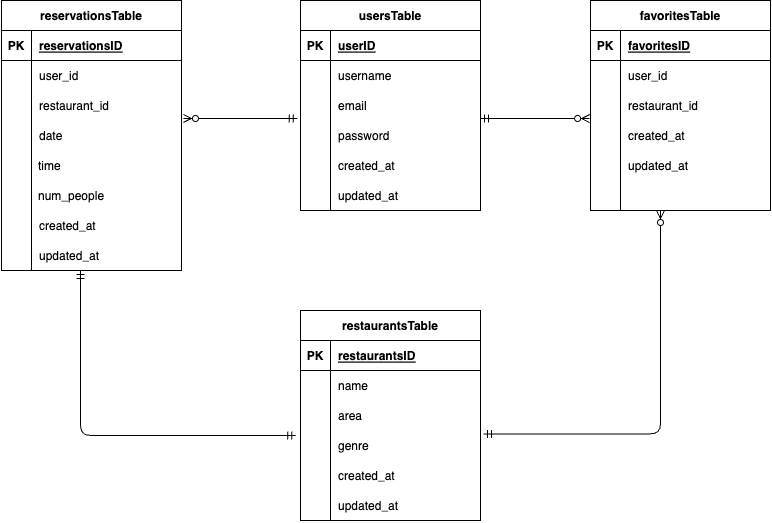
Before: rese.drawio.png, a diagram exported from draw.io (yasuyo-okamoto/202405_rese). Source tidied: cells renumbered, new cells last; positions are measured from the earlier drawing's top-left corner, leaving out a move shared by most shapes.
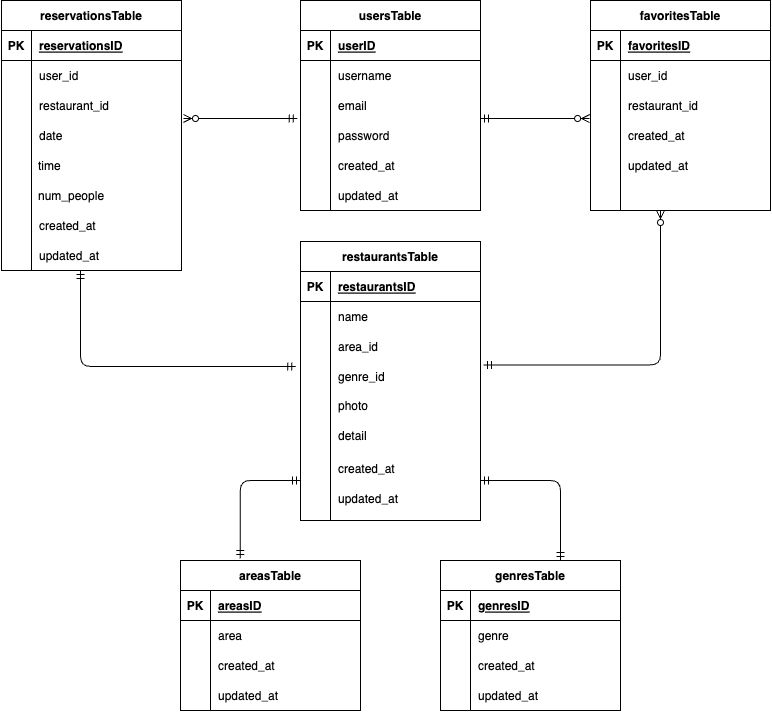
Above is the later version.

What changed in the source:
```diff
@@ -54,7 +54,7 @@
       </mxGeometry>
     </mxCell>
     <mxCell id="18" value="restaurantsTable" style="shape=table;startSize=30;rowLines=0;fontStyle=1;align=center;" parent="1" vertex="1">
-      <mxGeometry x="300" y="310" width="180" height="210" as="geometry" />
+      <mxGeometry x="300" y="241" width="180" height="279" as="geometry" />
     </mxCell>
     <mxCell id="19" style="shape=tableRow;horizontal=0;startSize=0;swimlaneHead=0;swimlaneBody=0;fillColor=none;top=0;left=0;right=0;bottom=1;" parent="18" vertex="1">
       <mxGeometry y="30" width="180" height="30" as="geometry" />
@@ -80,7 +80,7 @@
     <mxCell id="26" style="shape=partialRectangle;fillColor=none;top=0;left=0;bottom=0;right=0;overflow=hidden;" parent="25" vertex="1">
       <mxGeometry width="30" height="30" as="geometry" />
     </mxCell>
-    <mxCell id="27" value="area" style="shape=partialRectangle;fillColor=none;top=0;left=0;bottom=0;right=0;align=left;spacingLeft=6;overflow=hidden;" parent="25" vertex="1">
+    <mxCell id="27" value="area_id" style="shape=partialRectangle;fillColor=none;top=0;left=0;bottom=0;right=0;align=left;spacingLeft=6;overflow=hidden;" parent="25" vertex="1">
       <mxGeometry x="30" width="150" height="30" as="geometry" />
     </mxCell>
     <mxCell id="28" style="shape=tableRow;horizontal=0;startSize=0;swimlaneHead=0;swimlaneBody=0;fillColor=none;points=[[0,0.5],[1,0.5]];portConstraint=eastwest;top=0;left=0;right=0;bottom=0;" parent="18" vertex="1">
@@ -89,19 +89,19 @@
     <mxCell id="29" style="shape=partialRectangle;fillColor=none;top=0;left=0;bottom=0;right=0;overflow=hidden;" parent="28" vertex="1">
       <mxGeometry width="30" height="30" as="geometry" />
     </mxCell>
-    <mxCell id="30" value="genre" style="shape=partialRectangle;fillColor=none;top=0;left=0;bottom=0;right=0;align=left;spacingLeft=6;overflow=hidden;" parent="28" vertex="1">
+    <mxCell id="30" value="genre_id" style="shape=partialRectangle;fillColor=none;top=0;left=0;bottom=0;right=0;align=left;spacingLeft=6;overflow=hidden;" parent="28" vertex="1">
       <mxGeometry x="30" width="150" height="30" as="geometry" />
     </mxCell>
     <mxCell id="31" value="created_at" style="shape=partialRectangle;fillColor=none;top=0;left=0;bottom=0;right=0;align=left;spacingLeft=6;overflow=hidden;" parent="1" vertex="1">
-      <mxGeometry x="330" y="460" width="150" height="30" as="geometry" />
+      <mxGeometry x="330" y="453" width="150" height="30" as="geometry" />
     </mxCell>
     <mxCell id="32" value="updated_at" style="shape=partialRectangle;fillColor=none;top=0;left=0;bottom=0;right=0;align=left;spacingLeft=6;overflow=hidden;" parent="1" vertex="1">
-      <mxGeometry x="330" y="490" width="150" height="30" as="geometry" />
+      <mxGeometry x="330" y="483" width="150" height="30" as="geometry" />
     </mxCell>
     <mxCell id="33" style="endArrow=none;html=1;" parent="1" edge="1">
       <mxGeometry relative="1" as="geometry">
         <mxPoint x="330" y="520" as="sourcePoint" />
-        <mxPoint x="330" y="460" as="targetPoint" />
+        <mxPoint x="330" y="391" as="targetPoint" />
       </mxGeometry>
     </mxCell>
     <mxCell id="34" value="favoritesTable" style="shape=table;startSize=30;rowLines=0;fontStyle=1;align=center;" parent="1" vertex="1">
@@ -248,5 +248,95 @@
         <mxPoint x="80" y="270" as="targetPoint" />
       </mxGeometry>
     </mxCell>
+    <mxCell id="77" value="areasTable" style="shape=table;startSize=30;rowLines=0;fontStyle=1;align=center;" parent="1" vertex="1">
+      <mxGeometry x="180" y="560" width="180" height="150" as="geometry" />
+    </mxCell>
+    <mxCell id="78" style="shape=tableRow;horizontal=0;startSize=0;swimlaneHead=0;swimlaneBody=0;fillColor=none;top=0;left=0;right=0;bottom=1;" parent="77" vertex="1">
+      <mxGeometry y="30" width="180" height="30" as="geometry" />
+    </mxCell>
+    <mxCell id="79" value="PK" style="shape=partialRectangle;fillColor=none;top=0;left=0;bottom=0;right=0;fontStyle=1;overflow=hidden;" parent="78" vertex="1">
+      <mxGeometry width="30" height="30" as="geometry" />
+    </mxCell>
+    <mxCell id="80" value="areasID" style="shape=partialRectangle;fillColor=none;top=0;left=0;bottom=0;right=0;align=left;spacingLeft=6;fontStyle=5;overflow=hidden;" parent="78" vertex="1">
+      <mxGeometry x="30" width="150" height="30" as="geometry" />
+    </mxCell>
+    <mxCell id="81" style="shape=tableRow;horizontal=0;startSize=0;swimlaneHead=0;swimlaneBody=0;fillColor=none;top=0;left=0;right=0;bottom=0;" parent="77" vertex="1">
+      <mxGeometry y="60" width="180" height="30" as="geometry" />
+    </mxCell>
+    <mxCell id="82" style="shape=partialRectangle;fillColor=none;top=0;left=0;bottom=0;right=0;overflow=hidden;" parent="81" vertex="1">
+      <mxGeometry width="30" height="30" as="geometry" />
+    </mxCell>
+    <mxCell id="83" value="area" style="shape=partialRectangle;fillColor=none;top=0;left=0;bottom=0;right=0;align=left;spacingLeft=6;overflow=hidden;" parent="81" vertex="1">
+      <mxGeometry x="30" width="150" height="30" as="geometry" />
+    </mxCell>
+    <mxCell id="84" value="created_at" style="shape=partialRectangle;fillColor=none;top=0;left=0;bottom=0;right=0;align=left;spacingLeft=6;overflow=hidden;" parent="1" vertex="1">
+      <mxGeometry x="210" y="650" width="150" height="30" as="geometry" />
+    </mxCell>
+    <mxCell id="85" value="updated_at" style="shape=partialRectangle;fillColor=none;top=0;left=0;bottom=0;right=0;align=left;spacingLeft=6;overflow=hidden;" parent="1" vertex="1">
+      <mxGeometry x="210" y="680" width="150" height="30" as="geometry" />
+    </mxCell>
+    <mxCell id="86" style="endArrow=none;html=1;" parent="1" edge="1">
+      <mxGeometry relative="1" as="geometry">
+        <mxPoint x="210" y="710" as="sourcePoint" />
+        <mxPoint x="210" y="650" as="targetPoint" />
+      </mxGeometry>
+    </mxCell>
+    <mxCell id="87" value="genresTable" style="shape=table;startSize=30;rowLines=0;fontStyle=1;align=center;" parent="1" vertex="1">
+      <mxGeometry x="440" y="560" width="180" height="150" as="geometry" />
+    </mxCell>
+    <mxCell id="88" style="shape=tableRow;horizontal=0;startSize=0;swimlaneHead=0;swimlaneBody=0;fillColor=none;top=0;left=0;right=0;bottom=1;" parent="87" vertex="1">
+      <mxGeometry y="30" width="180" height="30" as="geometry" />
+    </mxCell>
+    <mxCell id="89" value="PK" style="shape=partialRectangle;fillColor=none;top=0;left=0;bottom=0;right=0;fontStyle=1;overflow=hidden;" parent="88" vertex="1">
+      <mxGeometry width="30" height="30" as="geometry" />
+    </mxCell>
+    <mxCell id="90" value="genresID" style="shape=partialRectangle;fillColor=none;top=0;left=0;bottom=0;right=0;align=left;spacingLeft=6;fontStyle=5;overflow=hidden;" parent="88" vertex="1">
+      <mxGeometry x="30" width="150" height="30" as="geometry" />
+    </mxCell>
+    <mxCell id="91" style="shape=tableRow;horizontal=0;startSize=0;swimlaneHead=0;swimlaneBody=0;fillColor=none;top=0;left=0;right=0;bottom=0;" parent="87" vertex="1">
+      <mxGeometry y="60" width="180" height="30" as="geometry" />
+    </mxCell>
+    <mxCell id="92" style="shape=partialRectangle;fillColor=none;top=0;left=0;bottom=0;right=0;overflow=hidden;" parent="91" vertex="1">
+      <mxGeometry width="30" height="30" as="geometry" />
+    </mxCell>
+    <mxCell id="93" value="genre" style="shape=partialRectangle;fillColor=none;top=0;left=0;bottom=0;right=0;align=left;spacingLeft=6;overflow=hidden;" parent="91" vertex="1">
+      <mxGeometry x="30" width="150" height="30" as="geometry" />
+    </mxCell>
+    <mxCell id="94" value="created_at" style="shape=partialRectangle;fillColor=none;top=0;left=0;bottom=0;right=0;align=left;spacingLeft=6;overflow=hidden;" parent="1" vertex="1">
+      <mxGeometry x="470" y="650" width="150" height="30" as="geometry" />
+    </mxCell>
+    <mxCell id="95" value="updated_at" style="shape=partialRectangle;fillColor=none;top=0;left=0;bottom=0;right=0;align=left;spacingLeft=6;overflow=hidden;" parent="1" vertex="1">
+      <mxGeometry x="470" y="680" width="150" height="30" as="geometry" />
+    </mxCell>
+    <mxCell id="96" style="endArrow=none;html=1;" parent="1" edge="1">
+      <mxGeometry relative="1" as="geometry">
+        <mxPoint x="470" y="710" as="sourcePoint" />
+        <mxPoint x="470" y="650" as="targetPoint" />
+      </mxGeometry>
+    </mxCell>
+    <mxCell id="97" style="edgeStyle=orthogonalEdgeStyle;fontSize=12;html=1;endArrow=ERmandOne;startArrow=ERmandOne;" parent="1" edge="1">
+      <mxGeometry relative="1" as="geometry">
+        <mxPoint x="560" y="560" as="sourcePoint" />
+        <mxPoint x="480" y="480" as="targetPoint" />
+        <Array as="points">
+          <mxPoint x="560" y="560" />
+          <mxPoint x="560" y="480" />
+        </Array>
+      </mxGeometry>
+    </mxCell>
+    <mxCell id="98" style="edgeStyle=orthogonalEdgeStyle;fontSize=12;html=1;endArrow=ERmandOne;startArrow=ERmandOne;exitX=0.332;exitY=-0.013;exitDx=0;exitDy=0;exitPerimeter=0;" parent="1" edge="1" source="77">
+      <mxGeometry relative="1" as="geometry">
+        <mxPoint x="300" y="480" as="targetPoint" />
+        <Array as="points">
+          <mxPoint x="240" y="480" />
+        </Array>
+      </mxGeometry>
+    </mxCell>
+    <mxCell id="99" value="photo" style="shape=partialRectangle;fillColor=none;top=0;left=0;bottom=0;right=0;align=left;spacingLeft=6;overflow=hidden;" parent="1" vertex="1">
+      <mxGeometry x="330" y="390" width="150" height="30" as="geometry" />
+    </mxCell>
+    <mxCell id="100" value="detail" style="shape=partialRectangle;fillColor=none;top=0;left=0;bottom=0;right=0;align=left;spacingLeft=6;overflow=hidden;" parent="1" vertex="1">
+      <mxGeometry x="330" y="420" width="150" height="30" as="geometry" />
+    </mxCell>
   </root>
 </mxGraphModel>
```
